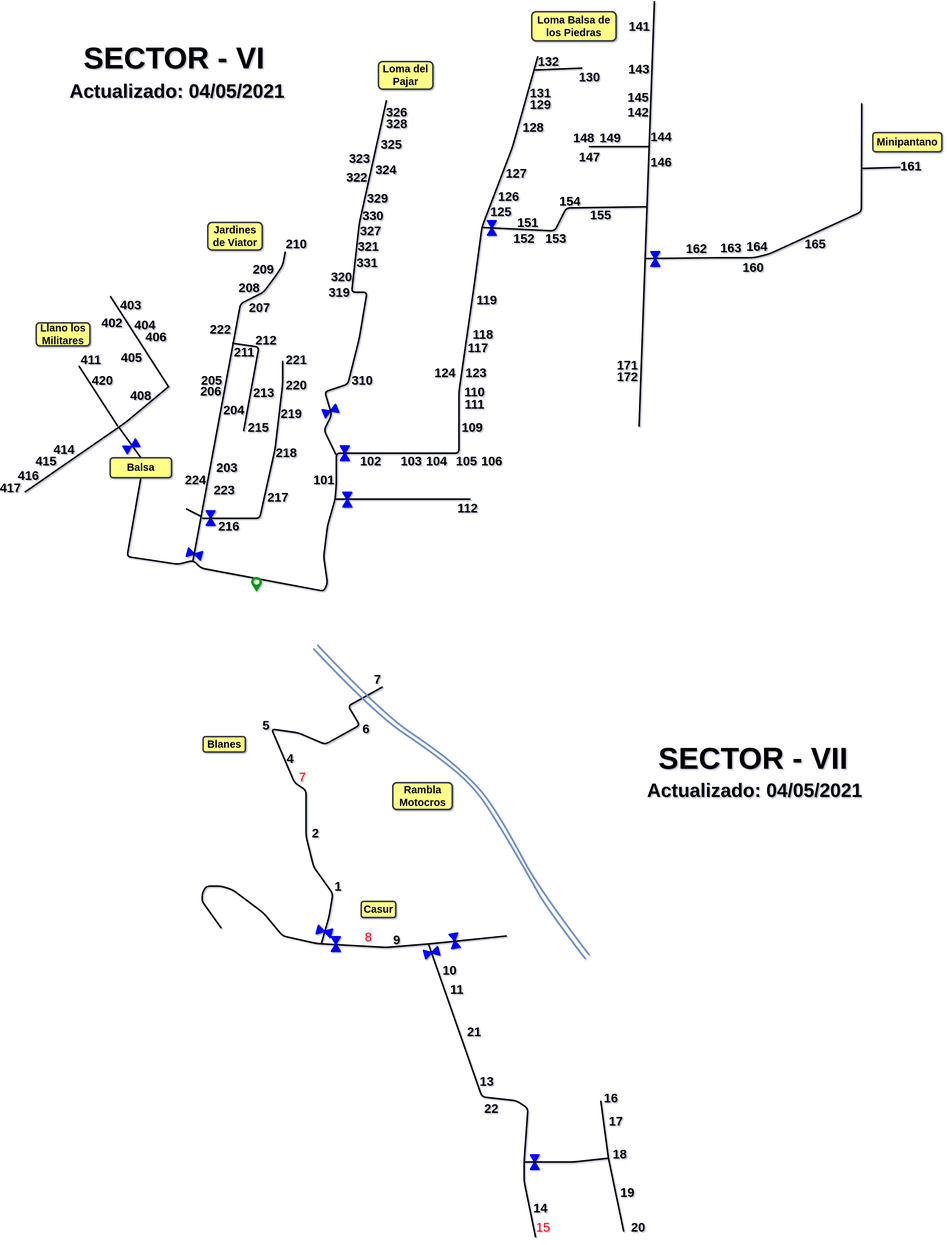
The draw.io diagram planos-actualizados/plano_VI_VII.svg in cr4vegas-team/doc-cr4vegas-planos, before a commit. Source tidied: cells renumbered, new cells last; positions are measured from the earlier drawing's top-left corner, leaving out a move shared by most shapes.
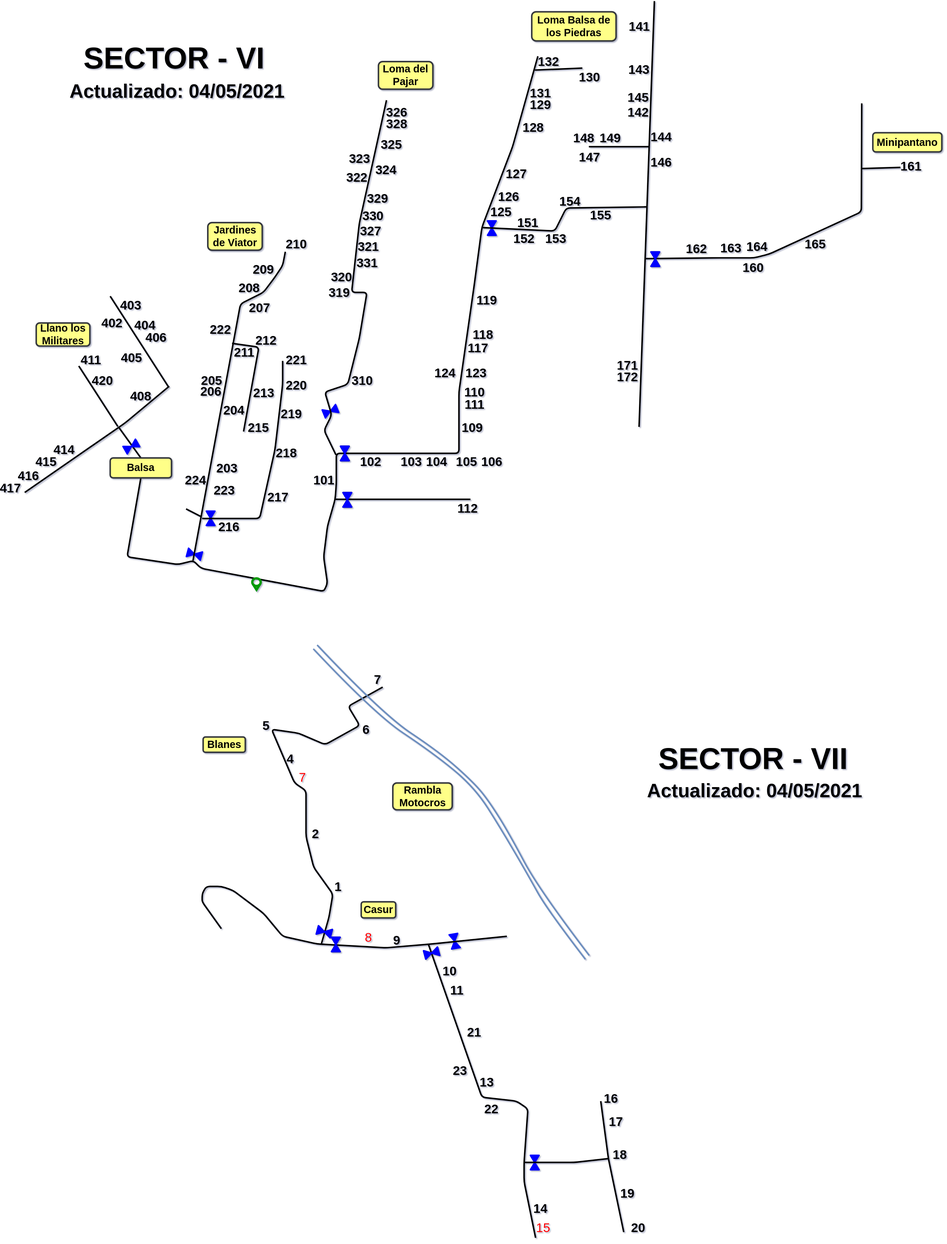
The same file after the commit.

Commit message:
add hydrant 23 to VII

What changed in the source:
```diff
@@ -692,5 +692,8 @@
         </Array>
       </mxGeometry>
     </mxCell>
+    <mxCell id="172" value="23" style="text;html=1;strokeColor=none;fillColor=none;align=center;verticalAlign=middle;whiteSpace=wrap;rounded=0;fontSize=33;fontStyle=1;strokeWidth=4;" parent="1" vertex="1">
+      <mxGeometry x="1172.5" y="2780" width="40" height="20" as="geometry" />
+    </mxCell>
   </root>
 </mxGraphModel>
```
